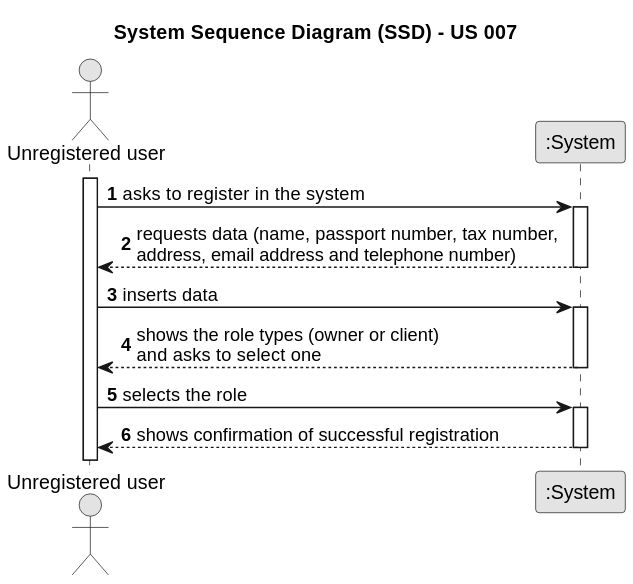
Above: docs/sprintB/us007/01.requirements-engineering/svg/us007-System_Sequence_Diagram__SSD_.svg in 1220812/LAPR2 (PlantUML), before the change.
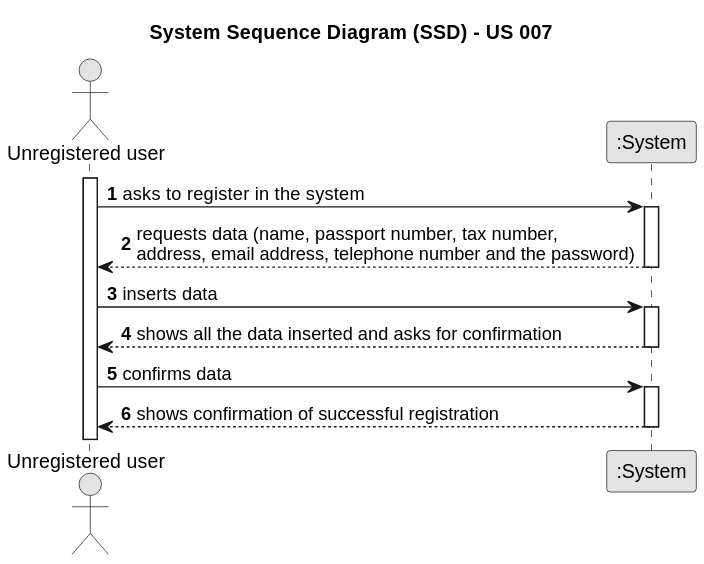
Later version of the same file.

The edit, as a diff of the source:
```diff
@@ -14,18 +14,18 @@
     unregisteredUser -> System : asks to register in the system
     activate System
 
-        System --> unregisteredUser : requests data (name, passport number, tax number, \naddress, email address and telephone number)
+        System --> unregisteredUser : requests data (name, passport number, tax number, \naddress, email address, telephone number and the password)
     deactivate System
 
     unregisteredUser -> System : inserts data
     activate System
 
-        System --> unregisteredUser : shows the role types (owner or client) \nand asks to select one
+    System --> unregisteredUser : shows all the data inserted and asks for confirmation
     deactivate System
 
-    unregisteredUser -> System : selects the role
+    unregisteredUser -> System : confirms data
     activate System
 
     System --> unregisteredUser : shows confirmation of successful registration
-    deactivate System
+        deactivate System
 @enduml
```
